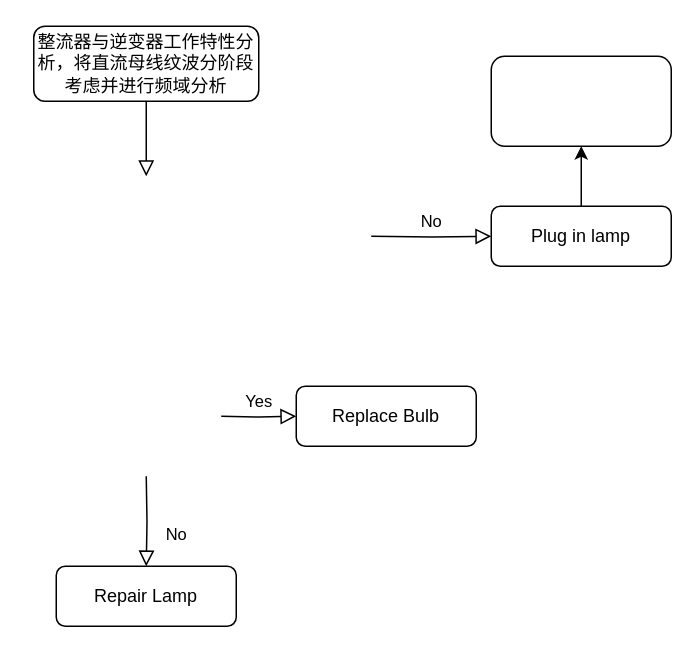
The draw.io diagram 开题答辩-实施方案.drawio in duzhenchang/diagrams, before the edit. Source tidied: cells renumbered, new cells numbered last; positions are measured from the earlier drawing's top-left corner, leaving out a move shared by most shapes. Both pictures are drawn from the tidied source at 150%, with x=0, y=0 at pixel (33, 26).
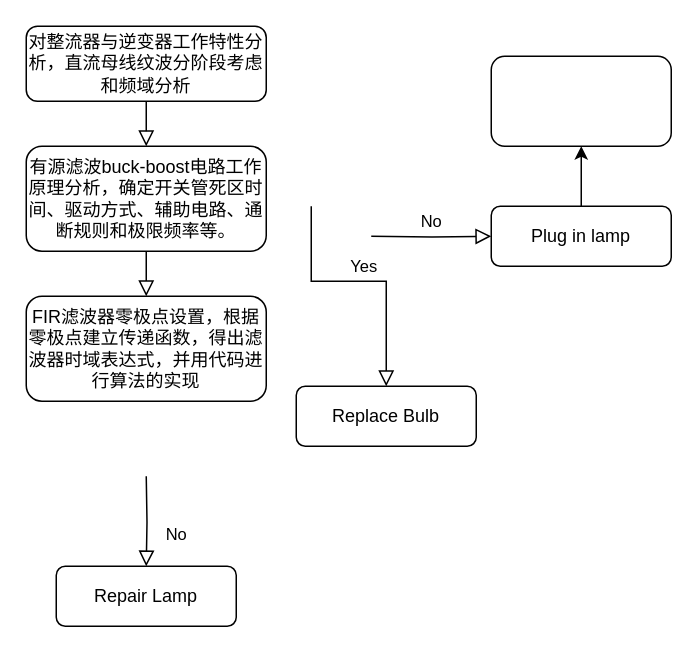
The same diagram, later.

Commit message (it also covers changes not shown here):
更新开题答辩-实施方案.drawio

Change to the diagram source:
```diff
@@
 <mxGraphModel>
   <root>
     <mxCell id="0" />
     <mxCell id="1" parent="0" />
-    <mxCell id="2" style="rounded=0;html=1;jettySize=auto;fontSize=11;endArrow=block;endFill=0;endSize=8;strokeWidth=1;shadow=0;labelBackgroundColor=none;edgeStyle=orthogonalEdgeStyle;" parent="1" edge="1" source="3">
-      <mxGeometry relative="1" as="geometry">
-        <mxPoint x="75" y="100" as="targetPoint" />
-      </mxGeometry>
+    <mxCell id="2" style="rounded=0;html=1;jettySize=auto;fontSize=11;endArrow=block;endFill=0;endSize=8;strokeWidth=1;shadow=0;labelBackgroundColor=none;edgeStyle=orthogonalEdgeStyle;entryX=0.5;entryY=0;entryDx=0;entryDy=0;" parent="1" edge="1" source="3" target="12">
+      <mxGeometry relative="1" as="geometry" />
     </mxCell>
-    <mxCell id="3" value="整流器与逆变器工作特性分析，将直流母线纹波分阶段考虑并进行频域分析" style="rounded=1;whiteSpace=wrap;html=1;fontSize=12;glass=0;strokeWidth=1;shadow=0;" parent="1" vertex="1">
-      <mxGeometry width="150" height="50" as="geometry" />
+    <mxCell id="3" value="对整流器与逆变器工作特性分析，直流母线纹波分阶段考虑和频域分析" style="rounded=1;whiteSpace=wrap;html=1;fontSize=12;glass=0;strokeWidth=1;shadow=0;" parent="1" vertex="1">
+      <mxGeometry x="-5" width="160" height="50" as="geometry" />
     </mxCell>
     <mxCell id="4" value="No" style="edgeStyle=orthogonalEdgeStyle;rounded=0;jettySize=auto;fontSize=11;endArrow=block;endFill=0;endSize=8;strokeWidth=1;shadow=0;labelBackgroundColor=none;html=1;" parent="1" edge="1" target="6">
       <mxGeometry y="10" relative="1" as="geometry">
         <mxPoint x="225" y="140" as="sourcePoint" />
       </mxGeometry>
     </mxCell>
     <mxCell id="5" style="edgeStyle=orthogonalEdgeStyle;rounded=0;jettySize=auto;html=1;labelBackgroundColor=none;" parent="1" edge="1" source="6" target="11">
       <mxGeometry relative="1" as="geometry" />
     </mxCell>
     <mxCell id="6" value="Plug in lamp" style="rounded=1;whiteSpace=wrap;html=1;fontSize=12;glass=0;strokeWidth=1;shadow=0;" parent="1" vertex="1">
       <mxGeometry x="305" y="120" width="120" height="40" as="geometry" />
     </mxCell>
     <mxCell id="7" value="No" style="rounded=0;html=1;jettySize=auto;fontSize=11;endArrow=block;endFill=0;endSize=8;strokeWidth=1;shadow=0;labelBackgroundColor=none;edgeStyle=orthogonalEdgeStyle;" parent="1" edge="1" target="9">
       <mxGeometry x="0.33" y="20" relative="1" as="geometry">
         <mxPoint x="75" y="300" as="sourcePoint" />
       </mxGeometry>
     </mxCell>
     <mxCell id="8" value="Yes" style="edgeStyle=orthogonalEdgeStyle;rounded=0;html=1;jettySize=auto;fontSize=11;endArrow=block;endFill=0;endSize=8;strokeWidth=1;shadow=0;labelBackgroundColor=none;" parent="1" edge="1" target="10">
       <mxGeometry y="10" relative="1" as="geometry">
-        <mxPoint x="125" y="260" as="sourcePoint" />
+        <mxPoint x="185" y="120" as="sourcePoint" />
+        <Array as="points">
+          <mxPoint x="185" y="170" />
+          <mxPoint x="235" y="170" />
+        </Array>
       </mxGeometry>
     </mxCell>
     <mxCell id="9" value="Repair Lamp" style="rounded=1;whiteSpace=wrap;html=1;fontSize=12;glass=0;strokeWidth=1;shadow=0;" parent="1" vertex="1">
       <mxGeometry x="15" y="360" width="120" height="40" as="geometry" />
     </mxCell>
     <mxCell id="10" value="Replace Bulb" style="rounded=1;whiteSpace=wrap;html=1;fontSize=12;glass=0;strokeWidth=1;shadow=0;" parent="1" vertex="1">
       <mxGeometry x="175" y="240" width="120" height="40" as="geometry" />
     </mxCell>
     <mxCell id="11" style="whiteSpace=wrap;html=1;rounded=1;glass=0;strokeWidth=1;shadow=0;" parent="1" vertex="1">
       <mxGeometry x="305" y="20" width="120" height="60" as="geometry" />
     </mxCell>
+    <mxCell id="12" value="有源滤波buck-boost电路工作原理分析，确定开关管死区时间、驱动方式、辅助电路、通断规则和极限频率等。" style="rounded=1;whiteSpace=wrap;html=1;fontSize=12;glass=0;strokeWidth=1;shadow=0;" parent="1" vertex="1">
+      <mxGeometry x="-5" y="80" width="160" height="70" as="geometry" />
+    </mxCell>
+    <mxCell id="13" value="FIR滤波器零极点设置，根据零极点建立传递函数，得出滤波器时域表达式，并用代码进行算法的实现" style="rounded=1;whiteSpace=wrap;html=1;fontSize=12;glass=0;strokeWidth=1;shadow=0;" parent="1" vertex="1">
+      <mxGeometry x="-5" y="180" width="160" height="70" as="geometry" />
+    </mxCell>
+    <mxCell id="14" style="rounded=0;html=1;jettySize=auto;fontSize=11;endArrow=block;endFill=0;endSize=8;strokeWidth=1;shadow=0;labelBackgroundColor=none;edgeStyle=orthogonalEdgeStyle;entryX=0.5;entryY=0;entryDx=0;entryDy=0;exitX=0.5;exitY=1;exitDx=0;exitDy=0;" parent="1" edge="1" source="12" target="13">
+      <mxGeometry relative="1" as="geometry" />
+    </mxCell>
   </root>
 </mxGraphModel>
```
